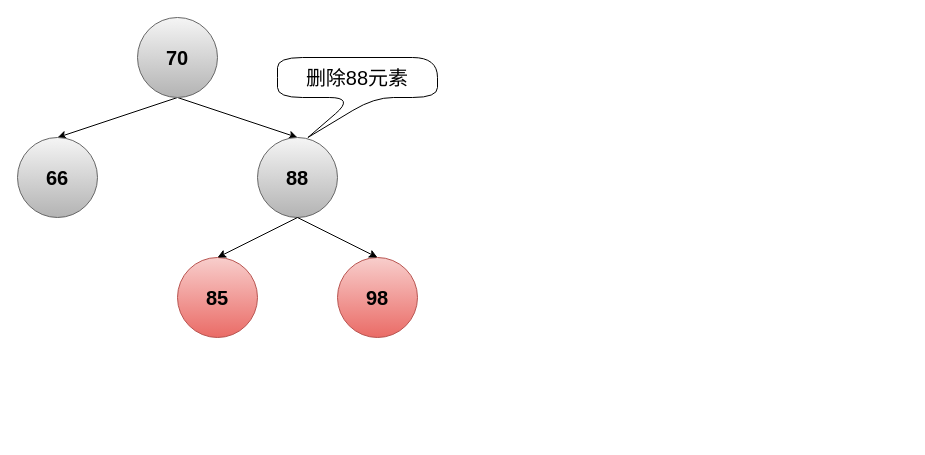
The draw.io diagram typora/JavaSE/6 集合/drawio/HashMap/维护平衡-删除.drawio in LDChing0321/JavaLearn, before the edit. Source tidied: cells renumbered, new cells numbered last; positions are measured from the earlier drawing's top-left corner, leaving out a move shared by most shapes. Both pictures are drawn from the tidied source at 100%, with x=0, y=0 at pixel (17, 17).
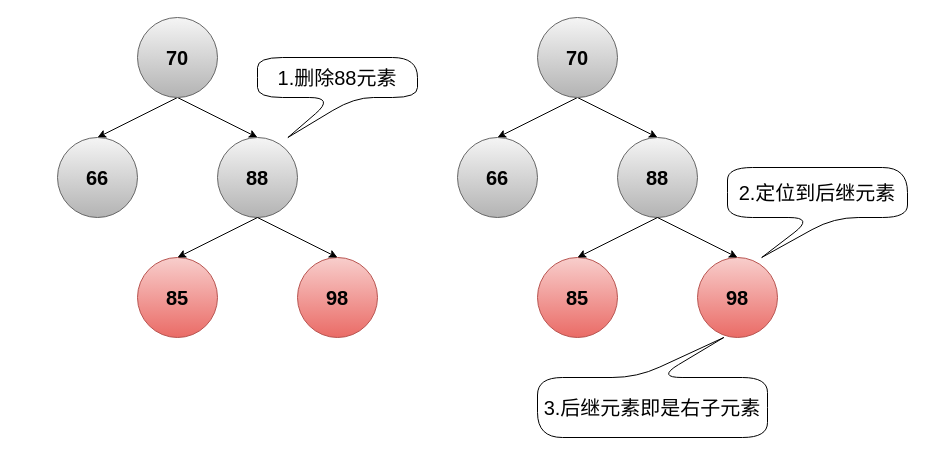
Above is the later version.

Commit message (it also covers changes not shown here):
更新维护平衡-删除.drawio

The edit, as a diff of the source:
```diff
@@
     <mxCell id="5" value="&lt;b style=&quot;font-size: 20px;&quot;&gt;66&lt;/b&gt;" style="ellipse;whiteSpace=wrap;html=1;fontSize=20;fillColor=#f5f5f5;strokeColor=#666666;gradientColor=#b3b3b3;" parent="1" vertex="1">
-      <mxGeometry y="120" width="80" height="80" as="geometry" />
+      <mxGeometry x="40" y="120" width="80" height="80" as="geometry" />
     </mxCell>
     <mxCell id="6" value="&lt;b style=&quot;font-size: 20px;&quot;&gt;88&lt;/b&gt;" style="ellipse;whiteSpace=wrap;html=1;fontSize=20;fillColor=#f5f5f5;gradientColor=#b3b3b3;strokeColor=#666666;" parent="1" vertex="1">
-      <mxGeometry x="240" y="120" width="80" height="80" as="geometry" />
+      <mxGeometry x="200" y="120" width="80" height="80" as="geometry" />
     </mxCell>
     <mxCell id="7" value="&lt;b style=&quot;font-size: 20px;&quot;&gt;85&lt;/b&gt;" style="ellipse;whiteSpace=wrap;html=1;fontSize=20;fillColor=#f8cecc;gradientColor=#ea6b66;strokeColor=#b85450;" parent="1" vertex="1">
-      <mxGeometry x="160" y="240" width="80" height="80" as="geometry" />
+      <mxGeometry x="120" y="240" width="80" height="80" as="geometry" />
     </mxCell>
     <mxCell id="8" value="&lt;b style=&quot;font-size: 20px;&quot;&gt;98&lt;/b&gt;" style="ellipse;whiteSpace=wrap;html=1;fontSize=20;fillColor=#f8cecc;gradientColor=#ea6b66;strokeColor=#b85450;" parent="1" vertex="1">
-      <mxGeometry x="320" y="240" width="80" height="80" as="geometry" />
+      <mxGeometry x="280" y="240" width="80" height="80" as="geometry" />
     </mxCell>
@@
-    <mxCell id="10" style="rounded=0;jettySize=auto;html=1;entryX=0.5;entryY=0;entryDx=0;entryDy=0;fontSize=20;" parent="1" edge="1" target="8">
-      <mxGeometry relative="1" as="geometry">
-        <mxPoint x="280" y="200" as="sourcePoint" />
-      </mxGeometry>
+    <mxCell id="10" style="rounded=0;jettySize=auto;html=1;entryX=0.5;entryY=0;entryDx=0;entryDy=0;fontSize=20;exitX=0.5;exitY=1;exitDx=0;exitDy=0;" parent="1" edge="1" source="6" target="8">
+      <mxGeometry relative="1" as="geometry" />
     </mxCell>
-    <mxCell id="11" value="删除88元素" style="shape=callout;whiteSpace=wrap;html=1;perimeter=calloutPerimeter;fontSize=20;rounded=1;arcSize=50;position2=0.19;size=40;position=0.48;direction=east;" parent="1" vertex="1">
-      <mxGeometry x="260" y="40" width="160" height="80" as="geometry" />
+    <mxCell id="11" value="1.删除88元素" style="shape=callout;whiteSpace=wrap;html=1;perimeter=calloutPerimeter;fontSize=20;rounded=1;arcSize=50;position2=0.19;size=40;position=0.48;direction=east;" parent="1" vertex="1">
+      <mxGeometry x="240" y="40" width="160" height="80" as="geometry" />
     </mxCell>
+    <mxCell id="12" style="rounded=0;jettySize=auto;html=1;exitX=0.5;exitY=1;exitDx=0;exitDy=0;entryX=0.5;entryY=0;entryDx=0;entryDy=0;fontSize=20;" parent="1" edge="1" source="14" target="15">
+      <mxGeometry relative="1" as="geometry" />
+    </mxCell>
+    <mxCell id="13" style="edgeStyle=none;rounded=0;jettySize=auto;html=1;exitX=0.5;exitY=1;exitDx=0;exitDy=0;entryX=0.5;entryY=0;entryDx=0;entryDy=0;fontSize=20;" parent="1" edge="1" source="14" target="16">
+      <mxGeometry relative="1" as="geometry" />
+    </mxCell>
+    <mxCell id="14" value="&lt;b style=&quot;font-size: 20px;&quot;&gt;70&lt;/b&gt;" style="ellipse;whiteSpace=wrap;html=1;fontSize=20;fillColor=#f5f5f5;gradientColor=#b3b3b3;strokeColor=#666666;" parent="1" vertex="1">
+      <mxGeometry x="520" width="80" height="80" as="geometry" />
+    </mxCell>
+    <mxCell id="15" value="&lt;b style=&quot;font-size: 20px;&quot;&gt;66&lt;/b&gt;" style="ellipse;whiteSpace=wrap;html=1;fontSize=20;fillColor=#f5f5f5;strokeColor=#666666;gradientColor=#b3b3b3;" parent="1" vertex="1">
+      <mxGeometry x="440" y="120" width="80" height="80" as="geometry" />
+    </mxCell>
+    <mxCell id="16" value="&lt;b style=&quot;font-size: 20px;&quot;&gt;88&lt;/b&gt;" style="ellipse;whiteSpace=wrap;html=1;fontSize=20;fillColor=#f5f5f5;gradientColor=#b3b3b3;strokeColor=#666666;" parent="1" vertex="1">
+      <mxGeometry x="600" y="120" width="80" height="80" as="geometry" />
+    </mxCell>
+    <mxCell id="17" value="&lt;b style=&quot;font-size: 20px;&quot;&gt;85&lt;/b&gt;" style="ellipse;whiteSpace=wrap;html=1;fontSize=20;fillColor=#f8cecc;gradientColor=#ea6b66;strokeColor=#b85450;" parent="1" vertex="1">
+      <mxGeometry x="520" y="240" width="80" height="80" as="geometry" />
+    </mxCell>
+    <mxCell id="18" value="&lt;b style=&quot;font-size: 20px;&quot;&gt;98&lt;/b&gt;" style="ellipse;whiteSpace=wrap;html=1;fontSize=20;fillColor=#f8cecc;gradientColor=#ea6b66;strokeColor=#b85450;" parent="1" vertex="1">
+      <mxGeometry x="680" y="240" width="80" height="80" as="geometry" />
+    </mxCell>
+    <mxCell id="19" style="rounded=0;jettySize=auto;html=1;exitX=0.5;exitY=1;exitDx=0;exitDy=0;entryX=0.5;entryY=0;entryDx=0;entryDy=0;fontSize=20;" parent="1" edge="1" source="16" target="17">
+      <mxGeometry relative="1" as="geometry" />
+    </mxCell>
+    <mxCell id="20" style="rounded=0;jettySize=auto;html=1;entryX=0.5;entryY=0;entryDx=0;entryDy=0;fontSize=20;exitX=0.5;exitY=1;exitDx=0;exitDy=0;" parent="1" edge="1" source="16" target="18">
+      <mxGeometry relative="1" as="geometry" />
+    </mxCell>
+    <mxCell id="21" value="2.定位到后继元素" style="shape=callout;whiteSpace=wrap;html=1;perimeter=calloutPerimeter;fontSize=20;rounded=1;arcSize=50;position2=0.19;size=40;position=0.48;direction=east;" parent="1" vertex="1">
+      <mxGeometry x="710" y="150" width="180" height="90" as="geometry" />
+    </mxCell>
+    <mxCell id="22" value="3.后继元素即是右子元素" style="shape=callout;whiteSpace=wrap;html=1;perimeter=calloutPerimeter;fontSize=20;rounded=1;arcSize=50;position2=0.19;size=40;position=0.48;direction=west;" parent="1" vertex="1">
+      <mxGeometry x="520" y="320" width="230" height="100" as="geometry" />
+    </mxCell>
```
